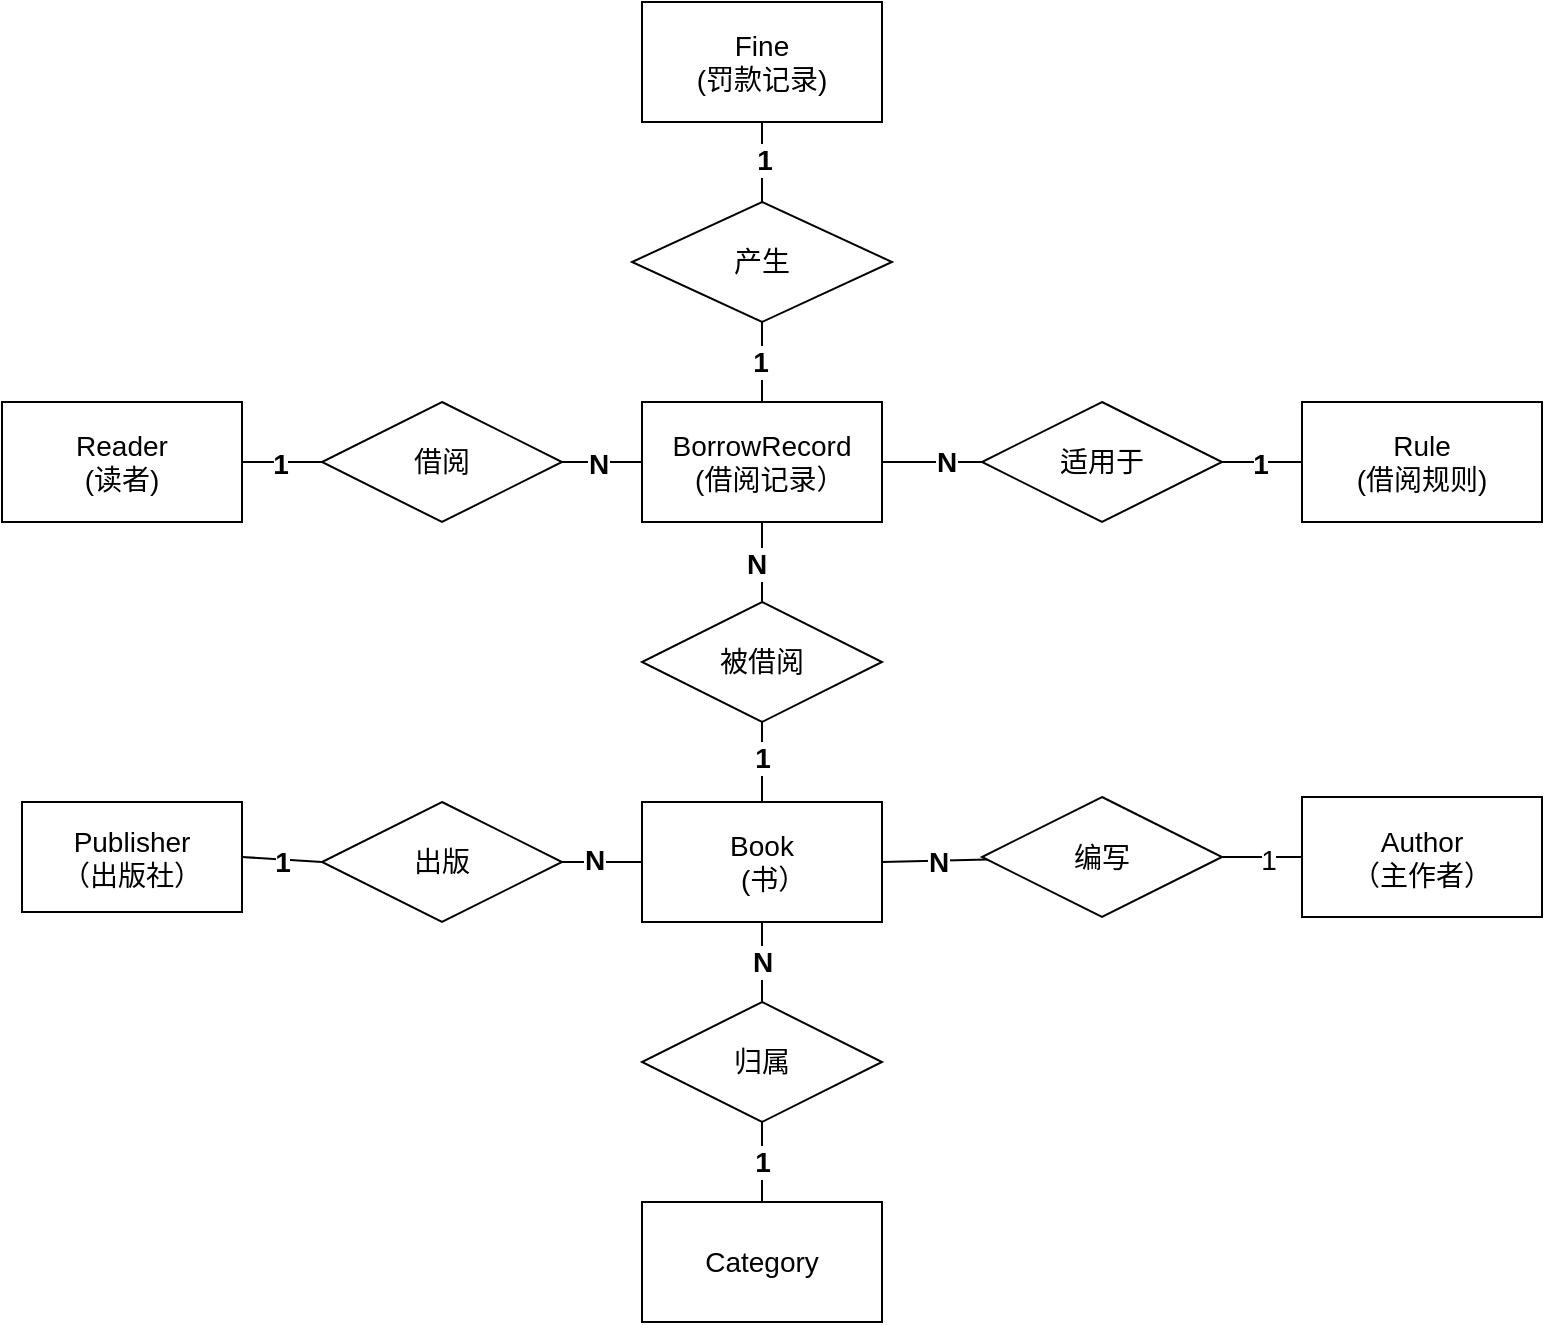
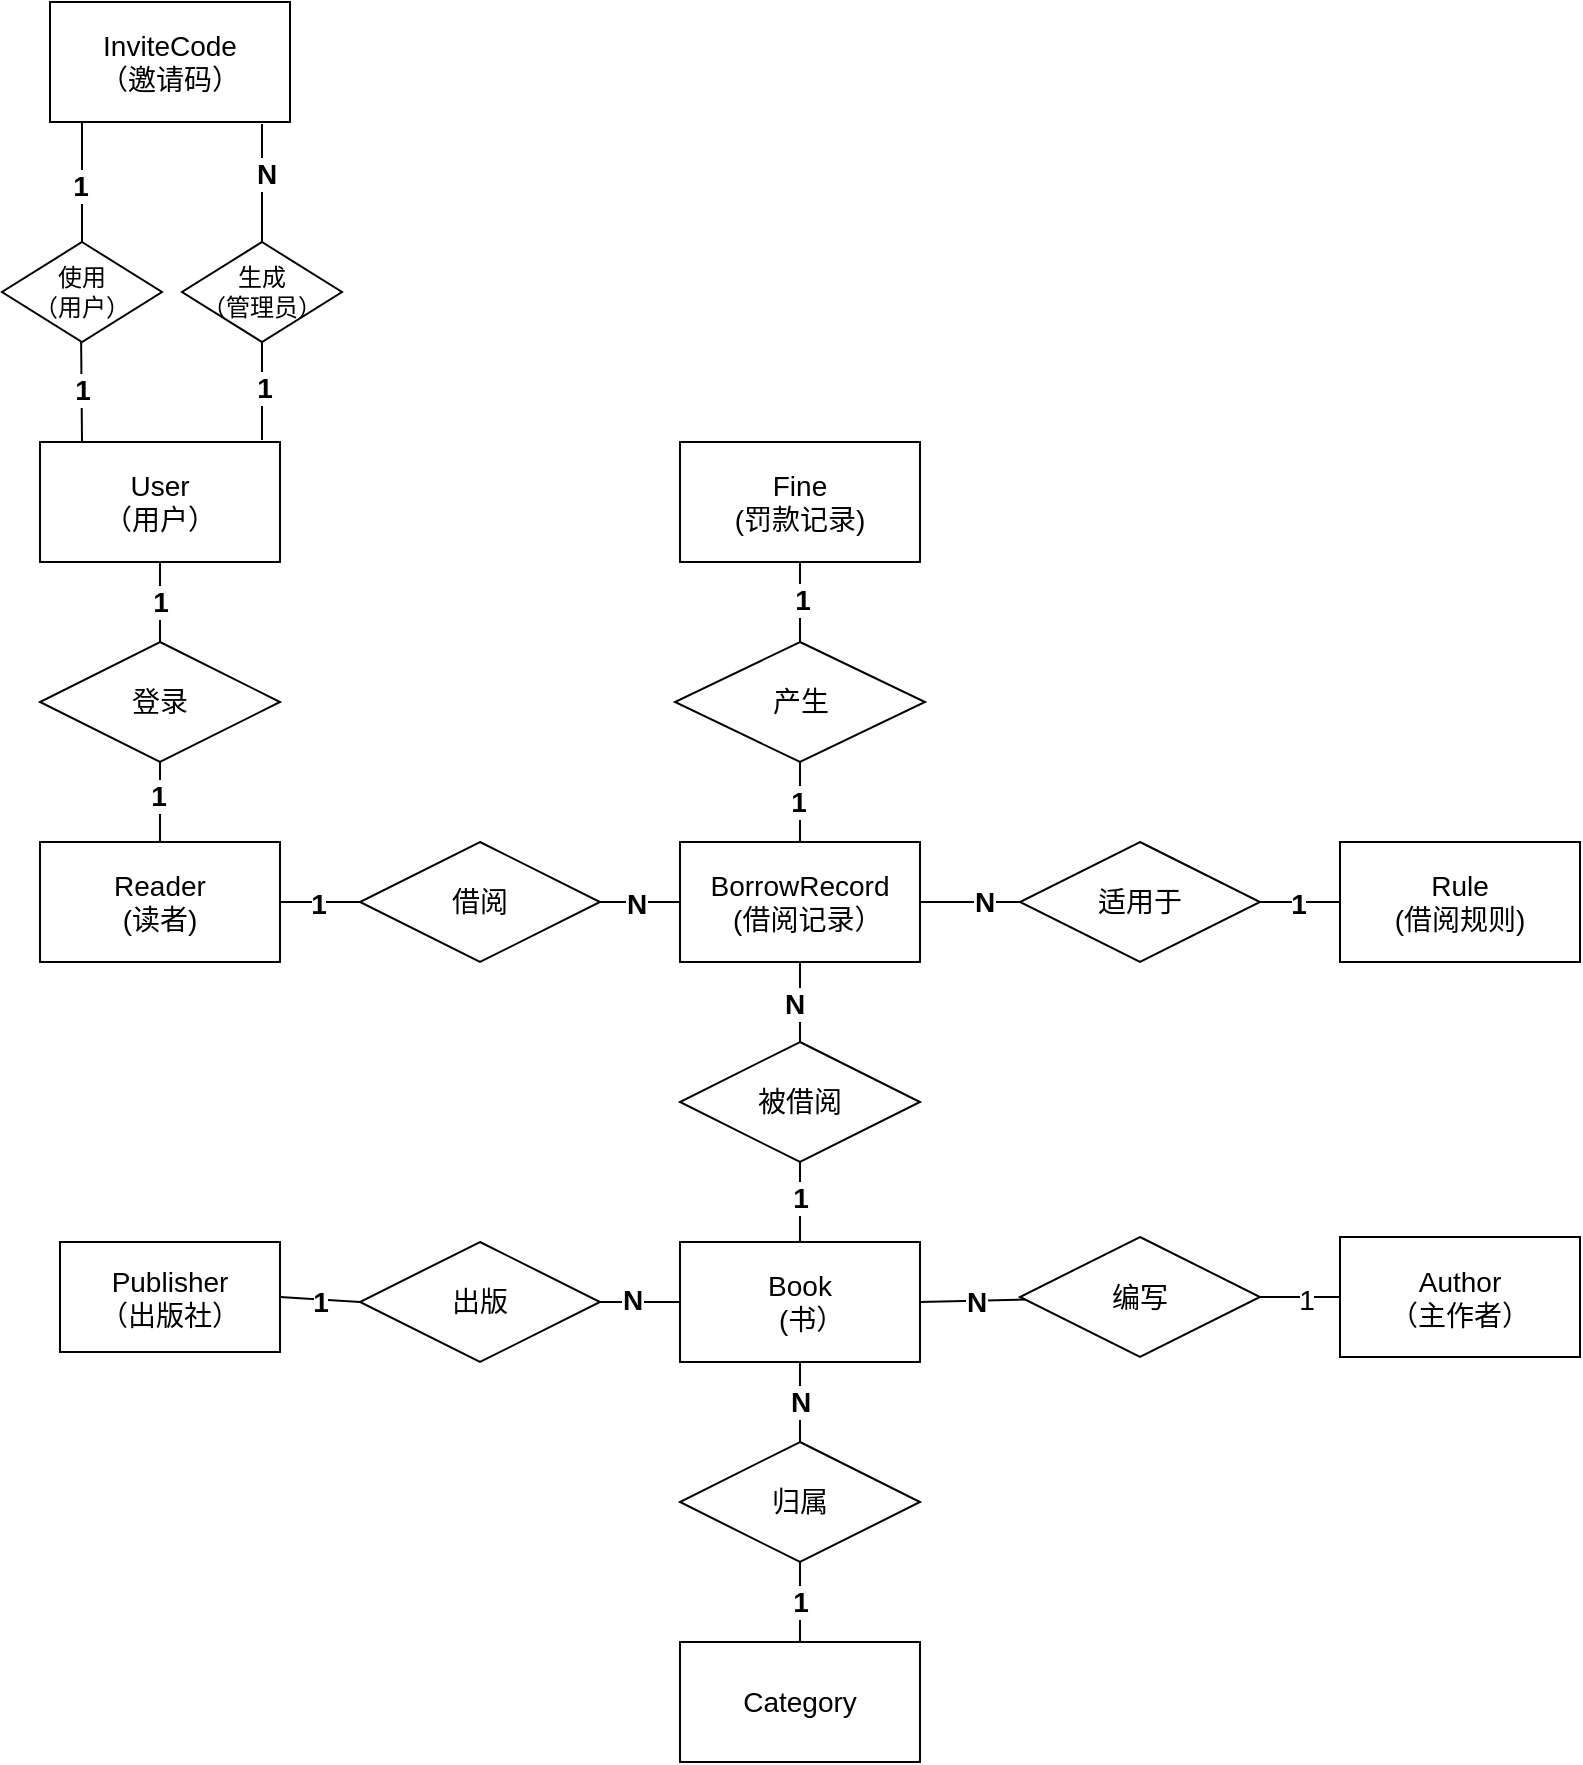
<mxfile host="app.diagrams.net">
  <diagram name="第 1 页" id="1poba60UuViqtwyvYg7b">
-     <mxGraphModel dx="1260" dy="811" grid="1" gridSize="10" guides="1" tooltips="1" connect="1" arrows="1" fold="1" page="1" pageScale="1" pageWidth="827" pageHeight="1169" math="0" shadow="0">
+     <mxGraphModel dx="931" dy="599" grid="1" gridSize="10" guides="1" tooltips="1" connect="1" arrows="1" fold="1" page="1" pageScale="1" pageWidth="827" pageHeight="1169" math="0" shadow="0">
      <root>
        <mxCell id="0" />
        <mxCell id="1" parent="0" />
        <mxCell id="hLjLFD2egSbMLA32YW_F-1" parent="1" style="rounded=0;whiteSpace=wrap;html=1;fontStyle=0;fontSize=14;align=center;" value="Reader&lt;div&gt;(读者)&lt;/div&gt;" vertex="1">
-           <mxGeometry height="60" width="120" x="20" y="260" as="geometry" />
+           <mxGeometry height="60" width="120" x="29" y="570" as="geometry" />
        </mxCell>
        <mxCell id="hLjLFD2egSbMLA32YW_F-2" parent="1" style="rounded=0;whiteSpace=wrap;html=1;fontStyle=0;fontSize=14;align=center;" value="BorrowRecord&lt;div&gt;&lt;div&gt;&amp;nbsp; (借阅记录）&lt;/div&gt;&lt;/div&gt;" vertex="1">
-           <mxGeometry height="60" width="120" x="340" y="260" as="geometry" />
+           <mxGeometry height="60" width="120" x="349" y="570" as="geometry" />
        </mxCell>
        <mxCell id="hLjLFD2egSbMLA32YW_F-3" parent="1" style="rounded=0;whiteSpace=wrap;html=1;fontStyle=0;fontSize=14;align=center;" value="Fine&lt;div&gt;(罚款记录)&lt;/div&gt;" vertex="1">
-           <mxGeometry height="60" width="120" x="340" y="60" as="geometry" />
+           <mxGeometry height="60" width="120" x="349" y="370" as="geometry" />
        </mxCell>
        <mxCell id="hLjLFD2egSbMLA32YW_F-4" parent="1" style="rounded=0;whiteSpace=wrap;html=1;fontStyle=0;fontSize=14;align=center;" value="Rule&lt;div&gt;(借阅规则)&lt;/div&gt;" vertex="1">
-           <mxGeometry height="60" width="120" x="670" y="260" as="geometry" />
+           <mxGeometry height="60" width="120" x="679" y="570" as="geometry" />
        </mxCell>
        <mxCell id="hLjLFD2egSbMLA32YW_F-5" parent="1" style="shape=rhombus;perimeter=rhombusPerimeter;whiteSpace=wrap;align=center;convertToSvg=1;svgWhiteSpace=wrap;fontStyle=0;fontSize=14;" value="借阅" vertex="1">
-           <mxGeometry height="60" width="120" x="180" y="260" as="geometry" />
+           <mxGeometry height="60" width="120" x="189" y="570" as="geometry" />
        </mxCell>
        <mxCell id="hLjLFD2egSbMLA32YW_F-6" edge="1" parent="1" source="hLjLFD2egSbMLA32YW_F-1" style="endArrow=none;rounded=0;exitX=1;exitY=0.5;exitDx=0;exitDy=0;convertToSvg=1;entryX=0;entryY=0.5;entryDx=0;entryDy=0;fontStyle=0;fontSize=14;align=center;" target="hLjLFD2egSbMLA32YW_F-5" value="">
          <mxGeometry relative="1" as="geometry">
-             <mxPoint x="230" y="387.65" as="sourcePoint" />
-             <mxPoint x="390" y="387.65" as="targetPoint" />
+             <mxPoint x="239" y="697.65" as="sourcePoint" />
+             <mxPoint x="399" y="697.65" as="targetPoint" />
          </mxGeometry>
        </mxCell>
        <mxCell id="OinGewP0JbYG7xz54liS-1" connectable="0" parent="hLjLFD2egSbMLA32YW_F-6" style="edgeLabel;html=1;align=center;verticalAlign=middle;resizable=0;points=[];fontStyle=1;fontSize=14;" value="&lt;span&gt;&lt;font&gt;1&lt;/font&gt;&lt;/span&gt;" vertex="1">
          <mxGeometry relative="1" x="-0.04" y="-1" as="geometry">
            <mxPoint as="offset" />
          </mxGeometry>
        </mxCell>
        <mxCell id="hLjLFD2egSbMLA32YW_F-7" edge="1" parent="1" source="hLjLFD2egSbMLA32YW_F-5" style="endArrow=none;rounded=0;exitX=1;exitY=0.5;exitDx=0;exitDy=0;entryX=0;entryY=0.5;entryDx=0;entryDy=0;convertToSvg=1;fontStyle=0;fontSize=14;align=center;" target="hLjLFD2egSbMLA32YW_F-2" value="">
          <mxGeometry relative="1" as="geometry">
-             <mxPoint x="390" y="300" as="sourcePoint" />
-             <mxPoint x="550" y="300" as="targetPoint" />
+             <mxPoint x="399" y="610" as="sourcePoint" />
+             <mxPoint x="559" y="610" as="targetPoint" />
          </mxGeometry>
        </mxCell>
        <mxCell id="OinGewP0JbYG7xz54liS-3" connectable="0" parent="hLjLFD2egSbMLA32YW_F-7" style="edgeLabel;html=1;align=center;verticalAlign=middle;resizable=0;points=[];fontStyle=1;fontSize=14;" value="&lt;span&gt;&lt;font&gt;N&lt;/font&gt;&lt;/span&gt;" vertex="1">
          <mxGeometry relative="1" x="-0.12" y="-1" as="geometry">
            <mxPoint as="offset" />
          </mxGeometry>
        </mxCell>
        <mxCell id="hLjLFD2egSbMLA32YW_F-8" parent="1" style="shape=rhombus;perimeter=rhombusPerimeter;whiteSpace=wrap;html=1;align=center;fontStyle=0;fontSize=14;" value="适用于" vertex="1">
-           <mxGeometry height="60" width="120" x="510" y="260" as="geometry" />
+           <mxGeometry height="60" width="120" x="519" y="570" as="geometry" />
        </mxCell>
        <mxCell id="hLjLFD2egSbMLA32YW_F-11" edge="1" parent="1" source="hLjLFD2egSbMLA32YW_F-8" style="endArrow=none;html=1;rounded=0;exitX=1;exitY=0.5;exitDx=0;exitDy=0;fontStyle=0;fontSize=14;align=center;" target="hLjLFD2egSbMLA32YW_F-4" value="">
          <mxGeometry relative="1" as="geometry">
-             <mxPoint x="390" y="300" as="sourcePoint" />
-             <mxPoint x="550" y="300" as="targetPoint" />
+             <mxPoint x="399" y="610" as="sourcePoint" />
+             <mxPoint x="559" y="610" as="targetPoint" />
          </mxGeometry>
        </mxCell>
        <mxCell id="OinGewP0JbYG7xz54liS-6" connectable="0" parent="hLjLFD2egSbMLA32YW_F-11" style="edgeLabel;html=1;align=center;verticalAlign=middle;resizable=0;points=[];fontStyle=1;fontSize=14;" value="1" vertex="1">
          <mxGeometry relative="1" x="-0.0727" y="-1" as="geometry">
            <mxPoint as="offset" />
          </mxGeometry>
        </mxCell>
        <mxCell id="hLjLFD2egSbMLA32YW_F-12" edge="1" parent="1" source="hLjLFD2egSbMLA32YW_F-8" style="endArrow=none;html=1;rounded=0;exitX=0;exitY=0.5;exitDx=0;exitDy=0;fontStyle=0;fontSize=14;align=center;" target="hLjLFD2egSbMLA32YW_F-2" value="">
          <mxGeometry relative="1" as="geometry">
-             <mxPoint x="390" y="270" as="sourcePoint" />
-             <mxPoint x="340" y="410" as="targetPoint" />
+             <mxPoint x="399" y="580" as="sourcePoint" />
+             <mxPoint x="349" y="720" as="targetPoint" />
          </mxGeometry>
        </mxCell>
        <mxCell id="OinGewP0JbYG7xz54liS-7" connectable="0" parent="hLjLFD2egSbMLA32YW_F-12" style="edgeLabel;html=1;align=center;verticalAlign=middle;resizable=0;points=[];fontStyle=1;fontSize=14;" value="N" vertex="1">
          <mxGeometry relative="1" x="-0.2889" as="geometry">
            <mxPoint as="offset" />
          </mxGeometry>
        </mxCell>
        <mxCell id="hLjLFD2egSbMLA32YW_F-15" parent="1" style="rounded=0;whiteSpace=wrap;html=1;fontFamily=Helvetica;fontSize=14;fontColor=default;fontStyle=0;align=center;verticalAlign=middle;" value="Book&lt;div&gt;&amp;nbsp; &amp;nbsp;(书）&lt;/div&gt;" vertex="1">
-           <mxGeometry height="60" width="120" x="340" y="460" as="geometry" />
+           <mxGeometry height="60" width="120" x="349" y="770" as="geometry" />
        </mxCell>
        <mxCell id="hLjLFD2egSbMLA32YW_F-17" parent="1" style="shape=rhombus;perimeter=rhombusPerimeter;whiteSpace=wrap;html=1;align=center;fontStyle=0;fontSize=14;" value="被借阅" vertex="1">
-           <mxGeometry height="60" width="120" x="340" y="360" as="geometry" />
+           <mxGeometry height="60" width="120" x="349" y="670" as="geometry" />
        </mxCell>
        <mxCell id="hLjLFD2egSbMLA32YW_F-20" parent="1" style="shape=rhombus;perimeter=rhombusPerimeter;whiteSpace=wrap;html=1;align=center;fontStyle=0;fontSize=14;" value="产生" vertex="1">
-           <mxGeometry height="60" width="130" x="335" y="160" as="geometry" />
+           <mxGeometry height="60" width="125" x="346.5" y="470" as="geometry" />
        </mxCell>
        <mxCell id="OinGewP0JbYG7xz54liS-10" parent="1" style="rounded=0;whiteSpace=wrap;html=1;fontStyle=0;fontSize=14;align=center;" value="Author&lt;div&gt;（主作者）&lt;/div&gt;" vertex="1">
-           <mxGeometry height="60" width="120" x="670" y="457.5" as="geometry" />
+           <mxGeometry height="60" width="120" x="679" y="767.5" as="geometry" />
        </mxCell>
        <mxCell id="OinGewP0JbYG7xz54liS-13" parent="1" style="rhombus;whiteSpace=wrap;html=1;fontStyle=0;fontSize=14;align=center;" value="编写" vertex="1">
-           <mxGeometry height="60" width="120" x="510" y="457.5" as="geometry" />
+           <mxGeometry height="60" width="120" x="519" y="767.5" as="geometry" />
        </mxCell>
        <mxCell id="OinGewP0JbYG7xz54liS-17" edge="1" parent="1" source="hLjLFD2egSbMLA32YW_F-15" style="endArrow=none;html=1;rounded=0;exitX=1;exitY=0.5;exitDx=0;exitDy=0;fontStyle=0;fontSize=14;align=center;" target="OinGewP0JbYG7xz54liS-13" value="">
          <mxGeometry height="50" relative="1" width="50" as="geometry">
-             <mxPoint x="390" y="380" as="sourcePoint" />
-             <mxPoint x="440" y="330" as="targetPoint" />
+             <mxPoint x="399" y="690" as="sourcePoint" />
+             <mxPoint x="449" y="640" as="targetPoint" />
          </mxGeometry>
        </mxCell>
        <mxCell id="OinGewP0JbYG7xz54liS-21" connectable="0" parent="OinGewP0JbYG7xz54liS-17" style="edgeLabel;html=1;align=center;verticalAlign=middle;resizable=0;points=[];fontStyle=1;fontSize=14;" value="N" vertex="1">
          <mxGeometry relative="1" x="0.0364" as="geometry">
            <mxPoint as="offset" />
          </mxGeometry>
        </mxCell>
        <mxCell id="OinGewP0JbYG7xz54liS-20" edge="1" parent="1" source="OinGewP0JbYG7xz54liS-13" style="endArrow=none;html=1;rounded=0;entryX=0;entryY=0.5;entryDx=0;entryDy=0;exitX=1;exitY=0.5;exitDx=0;exitDy=0;fontStyle=0;fontSize=14;align=center;" target="OinGewP0JbYG7xz54liS-10" value="">
          <mxGeometry height="50" relative="1" width="50" as="geometry">
-             <mxPoint x="580" y="580" as="sourcePoint" />
-             <mxPoint x="440" y="330" as="targetPoint" />
+             <mxPoint x="589" y="890" as="sourcePoint" />
+             <mxPoint x="449" y="640" as="targetPoint" />
          </mxGeometry>
        </mxCell>
        <mxCell id="OinGewP0JbYG7xz54liS-22" connectable="0" parent="OinGewP0JbYG7xz54liS-20" style="edgeLabel;html=1;align=center;verticalAlign=middle;resizable=0;points=[];fontStyle=0;fontSize=14;" value="1" vertex="1">
          <mxGeometry relative="1" x="0.1333" y="-1" as="geometry">
            <mxPoint as="offset" />
          </mxGeometry>
        </mxCell>
        <mxCell id="OinGewP0JbYG7xz54liS-23" parent="1" style="rounded=0;whiteSpace=wrap;html=1;fontStyle=0;fontSize=14;align=center;" value="Category" vertex="1">
-           <mxGeometry height="60" width="120" x="340" y="660" as="geometry" />
+           <mxGeometry height="60" width="120" x="349" y="970" as="geometry" />
        </mxCell>
        <mxCell id="OinGewP0JbYG7xz54liS-26" parent="1" style="rhombus;whiteSpace=wrap;html=1;fontStyle=0;fontSize=14;align=center;" value="归属" vertex="1">
-           <mxGeometry height="60" width="120" x="340" y="560" as="geometry" />
+           <mxGeometry height="60" width="120" x="349" y="870" as="geometry" />
        </mxCell>
        <mxCell id="OinGewP0JbYG7xz54liS-27" edge="1" parent="1" source="OinGewP0JbYG7xz54liS-26" style="endArrow=none;html=1;rounded=0;exitX=0.5;exitY=0;exitDx=0;exitDy=0;entryX=0.5;entryY=1;entryDx=0;entryDy=0;fontStyle=0;fontSize=14;align=center;" target="hLjLFD2egSbMLA32YW_F-15" value="">
          <mxGeometry height="50" relative="1" width="50" as="geometry">
-             <mxPoint x="390" y="600" as="sourcePoint" />
-             <mxPoint x="440" y="550" as="targetPoint" />
+             <mxPoint x="399" y="910" as="sourcePoint" />
+             <mxPoint x="449" y="860" as="targetPoint" />
          </mxGeometry>
        </mxCell>
        <mxCell id="OinGewP0JbYG7xz54liS-29" connectable="0" parent="OinGewP0JbYG7xz54liS-27" style="edgeLabel;html=1;align=center;verticalAlign=middle;resizable=0;points=[];fontStyle=1;fontSize=14;" value="N" vertex="1">
          <mxGeometry relative="1" as="geometry">
            <mxPoint as="offset" />
          </mxGeometry>
        </mxCell>
        <mxCell id="OinGewP0JbYG7xz54liS-28" edge="1" parent="1" source="OinGewP0JbYG7xz54liS-26" style="endArrow=none;html=1;rounded=0;exitX=0.5;exitY=1;exitDx=0;exitDy=0;entryX=0.5;entryY=0;entryDx=0;entryDy=0;fontStyle=0;fontSize=14;align=center;" target="OinGewP0JbYG7xz54liS-23" value="">
          <mxGeometry height="50" relative="1" width="50" as="geometry">
-             <mxPoint x="390" y="600" as="sourcePoint" />
-             <mxPoint x="440" y="550" as="targetPoint" />
+             <mxPoint x="399" y="910" as="sourcePoint" />
+             <mxPoint x="449" y="860" as="targetPoint" />
          </mxGeometry>
        </mxCell>
        <mxCell id="OinGewP0JbYG7xz54liS-30" connectable="0" parent="OinGewP0JbYG7xz54liS-28" style="edgeLabel;html=1;align=center;verticalAlign=middle;resizable=0;points=[];fontStyle=1;fontSize=14;" value="1" vertex="1">
          <mxGeometry relative="1" as="geometry">
            <mxPoint as="offset" />
          </mxGeometry>
        </mxCell>
        <mxCell id="OinGewP0JbYG7xz54liS-31" parent="1" style="rounded=0;whiteSpace=wrap;html=1;fontStyle=0;fontSize=14;align=center;" value="Publisher&lt;div&gt;（出版社）&lt;/div&gt;" vertex="1">
-           <mxGeometry height="55" width="110" x="30" y="460" as="geometry" />
+           <mxGeometry height="55" width="110" x="39" y="770" as="geometry" />
        </mxCell>
        <mxCell id="OinGewP0JbYG7xz54liS-32" parent="1" style="rhombus;whiteSpace=wrap;html=1;fontStyle=0;fontSize=14;align=center;" value="出版" vertex="1">
-           <mxGeometry height="60" width="120" x="180" y="460" as="geometry" />
+           <mxGeometry height="60" width="120" x="189" y="770" as="geometry" />
        </mxCell>
        <mxCell id="OinGewP0JbYG7xz54liS-33" edge="1" parent="1" source="OinGewP0JbYG7xz54liS-31" style="endArrow=none;html=1;rounded=0;exitX=1;exitY=0.5;exitDx=0;exitDy=0;entryX=0;entryY=0.5;entryDx=0;entryDy=0;fontStyle=0;fontSize=14;align=center;" target="OinGewP0JbYG7xz54liS-32" value="">
          <mxGeometry height="50" relative="1" width="50" as="geometry">
-             <mxPoint x="80" y="585" as="sourcePoint" />
-             <mxPoint x="130" y="535" as="targetPoint" />
+             <mxPoint x="89" y="895" as="sourcePoint" />
+             <mxPoint x="139" y="845" as="targetPoint" />
          </mxGeometry>
        </mxCell>
        <mxCell id="OinGewP0JbYG7xz54liS-35" connectable="0" parent="OinGewP0JbYG7xz54liS-33" style="edgeLabel;html=1;align=center;verticalAlign=middle;resizable=0;points=[];fontStyle=1;fontSize=14;" value="1" vertex="1">
          <mxGeometry relative="1" x="0.0069" y="-1" as="geometry">
            <mxPoint as="offset" />
          </mxGeometry>
        </mxCell>
        <mxCell id="OinGewP0JbYG7xz54liS-34" edge="1" parent="1" source="OinGewP0JbYG7xz54liS-32" style="endArrow=none;html=1;rounded=0;exitX=1;exitY=0.5;exitDx=0;exitDy=0;entryX=0;entryY=0.5;entryDx=0;entryDy=0;fontStyle=0;fontSize=14;align=center;" target="hLjLFD2egSbMLA32YW_F-15" value="">
          <mxGeometry height="50" relative="1" width="50" as="geometry">
-             <mxPoint x="390" y="600" as="sourcePoint" />
-             <mxPoint x="440" y="550" as="targetPoint" />
+             <mxPoint x="399" y="910" as="sourcePoint" />
+             <mxPoint x="449" y="860" as="targetPoint" />
          </mxGeometry>
        </mxCell>
        <mxCell id="OinGewP0JbYG7xz54liS-36" connectable="0" parent="OinGewP0JbYG7xz54liS-34" style="edgeLabel;html=1;align=center;verticalAlign=middle;resizable=0;points=[];fontStyle=1;fontSize=14;" value="N" vertex="1">
          <mxGeometry relative="1" x="-0.2333" y="1" as="geometry">
            <mxPoint as="offset" />
          </mxGeometry>
        </mxCell>
        <mxCell id="A7b8whWSFOUQn-f2x66l-1" edge="1" parent="1" source="hLjLFD2egSbMLA32YW_F-20" style="endArrow=none;html=1;rounded=0;entryX=0.5;entryY=1;entryDx=0;entryDy=0;exitX=0.5;exitY=0;exitDx=0;exitDy=0;fontStyle=0;fontSize=14;align=center;" target="hLjLFD2egSbMLA32YW_F-3" value="">
          <mxGeometry height="50" relative="1" width="50" as="geometry">
-             <mxPoint x="440" y="430" as="sourcePoint" />
-             <mxPoint x="490" y="380" as="targetPoint" />
+             <mxPoint x="449" y="740" as="sourcePoint" />
+             <mxPoint x="499" y="690" as="targetPoint" />
          </mxGeometry>
        </mxCell>
        <mxCell id="A7b8whWSFOUQn-f2x66l-2" connectable="0" parent="A7b8whWSFOUQn-f2x66l-1" style="edgeLabel;html=1;align=center;verticalAlign=middle;resizable=0;points=[];fontStyle=1;fontSize=14;" value="1" vertex="1">
          <mxGeometry relative="1" x="0.0706" y="-1" as="geometry">
            <mxPoint as="offset" />
          </mxGeometry>
        </mxCell>
        <mxCell id="A7b8whWSFOUQn-f2x66l-3" edge="1" parent="1" source="hLjLFD2egSbMLA32YW_F-2" style="endArrow=none;html=1;rounded=0;entryX=0.5;entryY=1;entryDx=0;entryDy=0;exitX=0.5;exitY=0;exitDx=0;exitDy=0;fontStyle=0;fontSize=14;align=center;" target="hLjLFD2egSbMLA32YW_F-20" value="">
          <mxGeometry height="50" relative="1" width="50" as="geometry">
-             <mxPoint x="420" y="440" as="sourcePoint" />
-             <mxPoint x="470" y="390" as="targetPoint" />
+             <mxPoint x="429" y="750" as="sourcePoint" />
+             <mxPoint x="479" y="700" as="targetPoint" />
          </mxGeometry>
        </mxCell>
        <mxCell id="A7b8whWSFOUQn-f2x66l-4" connectable="0" parent="A7b8whWSFOUQn-f2x66l-3" style="edgeLabel;html=1;align=center;verticalAlign=middle;resizable=0;points=[];fontStyle=1;fontSize=14;" value="1" vertex="1">
          <mxGeometry relative="1" x="0.0137" y="1" as="geometry">
            <mxPoint as="offset" />
          </mxGeometry>
        </mxCell>
        <mxCell id="A7b8whWSFOUQn-f2x66l-5" edge="1" parent="1" source="hLjLFD2egSbMLA32YW_F-15" style="endArrow=none;html=1;rounded=0;exitX=0.5;exitY=0;exitDx=0;exitDy=0;entryX=0.5;entryY=1;entryDx=0;entryDy=0;fontStyle=0;fontSize=14;align=center;" target="hLjLFD2egSbMLA32YW_F-17" value="&lt;div&gt;&lt;br&gt;&lt;/div&gt;">
          <mxGeometry height="50" relative="1" width="50" as="geometry">
-             <mxPoint x="420" y="440" as="sourcePoint" />
-             <mxPoint x="470" y="390" as="targetPoint" />
+             <mxPoint x="429" y="750" as="sourcePoint" />
+             <mxPoint x="479" y="700" as="targetPoint" />
          </mxGeometry>
        </mxCell>
        <mxCell id="A7b8whWSFOUQn-f2x66l-6" connectable="0" parent="A7b8whWSFOUQn-f2x66l-5" style="edgeLabel;html=1;align=center;verticalAlign=middle;resizable=0;points=[];fontStyle=1;fontSize=14;" value="1" vertex="1">
          <mxGeometry relative="1" x="0.0988" y="-2" as="geometry">
            <mxPoint x="-2" as="offset" />
          </mxGeometry>
        </mxCell>
        <mxCell id="A7b8whWSFOUQn-f2x66l-7" edge="1" parent="1" source="hLjLFD2egSbMLA32YW_F-17" style="endArrow=none;html=1;rounded=0;exitX=0.5;exitY=0;exitDx=0;exitDy=0;entryX=0.5;entryY=1;entryDx=0;entryDy=0;fontStyle=0;fontSize=14;align=center;" target="hLjLFD2egSbMLA32YW_F-2" value="">
          <mxGeometry height="50" relative="1" width="50" as="geometry">
-             <mxPoint x="420" y="440" as="sourcePoint" />
-             <mxPoint x="470" y="390" as="targetPoint" />
+             <mxPoint x="429" y="750" as="sourcePoint" />
+             <mxPoint x="479" y="700" as="targetPoint" />
          </mxGeometry>
        </mxCell>
        <mxCell id="A7b8whWSFOUQn-f2x66l-8" connectable="0" parent="A7b8whWSFOUQn-f2x66l-7" style="edgeLabel;html=1;align=center;verticalAlign=middle;resizable=0;points=[];fontStyle=1;fontSize=14;" value="N" vertex="1">
          <mxGeometry relative="1" x="-0.0445" y="3" as="geometry">
+             <mxPoint as="offset" />
+           </mxGeometry>
+         </mxCell>
+         <mxCell id="9vhbsDzdWV_OuD7K8FZv-1" parent="1" style="rounded=0;whiteSpace=wrap;html=1;" value="&lt;font style=&quot;font-size: 14px;&quot;&gt;User&lt;/font&gt;&lt;div&gt;&lt;font style=&quot;font-size: 14px;&quot;&gt;（用户）&lt;/font&gt;&lt;/div&gt;" vertex="1">
+           <mxGeometry height="60" width="120" x="29" y="370" as="geometry" />
+         </mxCell>
+         <mxCell id="9vhbsDzdWV_OuD7K8FZv-2" parent="1" style="rhombus;whiteSpace=wrap;html=1;" value="&lt;font style=&quot;font-size: 14px;&quot;&gt;登录&lt;/font&gt;" vertex="1">
+           <mxGeometry height="60" width="120" x="29" y="470" as="geometry" />
+         </mxCell>
+         <mxCell id="9vhbsDzdWV_OuD7K8FZv-4" edge="1" parent="1" source="9vhbsDzdWV_OuD7K8FZv-2" style="endArrow=none;html=1;rounded=0;entryX=0.5;entryY=1;entryDx=0;entryDy=0;exitX=0.5;exitY=0;exitDx=0;exitDy=0;" target="9vhbsDzdWV_OuD7K8FZv-1" value="">
+           <mxGeometry height="50" relative="1" width="50" as="geometry">
+             <mxPoint x="89" y="470" as="sourcePoint" />
+             <mxPoint x="409" y="680" as="targetPoint" />
+           </mxGeometry>
+         </mxCell>
+         <mxCell id="9vhbsDzdWV_OuD7K8FZv-6" connectable="0" parent="9vhbsDzdWV_OuD7K8FZv-4" style="edgeLabel;html=1;align=center;verticalAlign=middle;resizable=0;points=[];fontSize=14;fontStyle=1" value="1" vertex="1">
+           <mxGeometry relative="1" as="geometry">
+             <mxPoint as="offset" />
+           </mxGeometry>
+         </mxCell>
+         <mxCell id="9vhbsDzdWV_OuD7K8FZv-9" edge="1" parent="1" source="9vhbsDzdWV_OuD7K8FZv-2" style="endArrow=none;html=1;rounded=0;exitX=0.5;exitY=1;exitDx=0;exitDy=0;entryX=0.5;entryY=0;entryDx=0;entryDy=0;" target="hLjLFD2egSbMLA32YW_F-1" value="">
+           <mxGeometry height="50" relative="1" width="50" as="geometry">
+             <mxPoint x="359" y="730" as="sourcePoint" />
+             <mxPoint x="409" y="680" as="targetPoint" />
+           </mxGeometry>
+         </mxCell>
+         <mxCell id="9vhbsDzdWV_OuD7K8FZv-10" connectable="0" parent="9vhbsDzdWV_OuD7K8FZv-9" style="edgeLabel;html=1;align=center;verticalAlign=middle;resizable=0;points=[];" value="&lt;font style=&quot;font-size: 14px;&quot;&gt;&lt;b&gt;1&lt;/b&gt;&lt;/font&gt;" vertex="1">
+           <mxGeometry relative="1" x="-0.15" y="-1" as="geometry">
+             <mxPoint as="offset" />
+           </mxGeometry>
+         </mxCell>
+         <mxCell id="4PRPevTqC_HM-6wCfM40-2" parent="1" style="rounded=0;whiteSpace=wrap;html=1;" value="&lt;font style=&quot;font-size: 14px;&quot;&gt;InviteCode&lt;/font&gt;&lt;div&gt;&lt;font style=&quot;font-size: 14px;&quot;&gt;（邀请码）&lt;/font&gt;&lt;/div&gt;" vertex="1">
+           <mxGeometry height="60" width="120" x="34" y="150" as="geometry" />
+         </mxCell>
+         <mxCell id="4PRPevTqC_HM-6wCfM40-3" parent="1" style="rhombus;whiteSpace=wrap;html=1;" value="使用&lt;div&gt;（用户）&lt;/div&gt;" vertex="1">
+           <mxGeometry height="50" width="80" x="10" y="270" as="geometry" />
+         </mxCell>
+         <mxCell id="4PRPevTqC_HM-6wCfM40-4" parent="1" style="rhombus;whiteSpace=wrap;html=1;" value="生成&lt;div&gt;（管理员）&lt;/div&gt;" vertex="1">
+           <mxGeometry height="50" width="80" x="100" y="270" as="geometry" />
+         </mxCell>
+         <mxCell id="4PRPevTqC_HM-6wCfM40-5" edge="1" parent="1" source="4PRPevTqC_HM-6wCfM40-3" style="endArrow=none;html=1;rounded=0;exitX=0.5;exitY=0;exitDx=0;exitDy=0;" value="">
+           <mxGeometry height="50" relative="1" width="50" as="geometry">
+             <mxPoint x="320" y="300" as="sourcePoint" />
+             <mxPoint x="50" y="210" as="targetPoint" />
+           </mxGeometry>
+         </mxCell>
+         <mxCell id="4PRPevTqC_HM-6wCfM40-10" connectable="0" parent="4PRPevTqC_HM-6wCfM40-5" style="edgeLabel;html=1;align=center;verticalAlign=middle;resizable=0;points=[];" value="&lt;font style=&quot;font-size: 14px;&quot;&gt;&lt;b&gt;1&lt;/b&gt;&lt;/font&gt;" vertex="1">
+           <mxGeometry relative="1" x="-0.0623" y="1" as="geometry">
+             <mxPoint as="offset" />
+           </mxGeometry>
+         </mxCell>
+         <mxCell id="4PRPevTqC_HM-6wCfM40-7" edge="1" parent="1" source="4PRPevTqC_HM-6wCfM40-4" style="endArrow=none;html=1;rounded=0;exitX=0.5;exitY=0;exitDx=0;exitDy=0;" value="">
+           <mxGeometry height="50" relative="1" width="50" as="geometry">
+             <mxPoint x="320" y="300" as="sourcePoint" />
+             <mxPoint x="140" y="211" as="targetPoint" />
+           </mxGeometry>
+         </mxCell>
+         <mxCell id="4PRPevTqC_HM-6wCfM40-12" connectable="0" parent="4PRPevTqC_HM-6wCfM40-7" style="edgeLabel;html=1;align=center;verticalAlign=middle;resizable=0;points=[];" value="1" vertex="1">
+           <mxGeometry relative="1" x="0.101" as="geometry">
+             <mxPoint as="offset" />
+           </mxGeometry>
+         </mxCell>
+         <mxCell id="4PRPevTqC_HM-6wCfM40-14" connectable="0" parent="4PRPevTqC_HM-6wCfM40-7" style="edgeLabel;html=1;align=center;verticalAlign=middle;resizable=0;points=[];" value="&lt;font style=&quot;font-size: 14px;&quot;&gt;&lt;b&gt;N&lt;/b&gt;&lt;/font&gt;" vertex="1">
+           <mxGeometry relative="1" x="0.1599" y="-2" as="geometry">
+             <mxPoint as="offset" />
+           </mxGeometry>
+         </mxCell>
+         <mxCell id="4PRPevTqC_HM-6wCfM40-8" edge="1" parent="1" style="endArrow=none;html=1;rounded=0;" value="">
+           <mxGeometry height="50" relative="1" width="50" as="geometry">
+             <mxPoint x="50" y="370" as="sourcePoint" />
+             <mxPoint x="49.56999999999999" y="320" as="targetPoint" />
+           </mxGeometry>
+         </mxCell>
+         <mxCell id="4PRPevTqC_HM-6wCfM40-11" connectable="0" parent="4PRPevTqC_HM-6wCfM40-8" style="edgeLabel;html=1;align=center;verticalAlign=middle;resizable=0;points=[];" value="&lt;font style=&quot;font-size: 14px;&quot;&gt;&lt;b&gt;1&lt;/b&gt;&lt;/font&gt;" vertex="1">
+           <mxGeometry relative="1" x="0.0558" as="geometry">
+             <mxPoint as="offset" />
+           </mxGeometry>
+         </mxCell>
+         <mxCell id="4PRPevTqC_HM-6wCfM40-9" edge="1" parent="1" style="endArrow=none;html=1;rounded=0;exitX=0.5;exitY=0;exitDx=0;exitDy=0;" value="">
+           <mxGeometry height="50" relative="1" width="50" as="geometry">
+             <mxPoint x="140" y="369" as="sourcePoint" />
+             <mxPoint x="140" y="320" as="targetPoint" />
+           </mxGeometry>
+         </mxCell>
+         <mxCell id="4PRPevTqC_HM-6wCfM40-13" connectable="0" parent="4PRPevTqC_HM-6wCfM40-9" style="edgeLabel;html=1;align=center;verticalAlign=middle;resizable=0;points=[];" value="&lt;font style=&quot;font-size: 14px;&quot;&gt;&lt;b&gt;1&lt;/b&gt;&lt;/font&gt;" vertex="1">
+           <mxGeometry relative="1" x="0.0719" y="-1" as="geometry">
            <mxPoint as="offset" />
          </mxGeometry>
        </mxCell>
      </root>
    </mxGraphModel>
  </diagram>
</mxfile>
